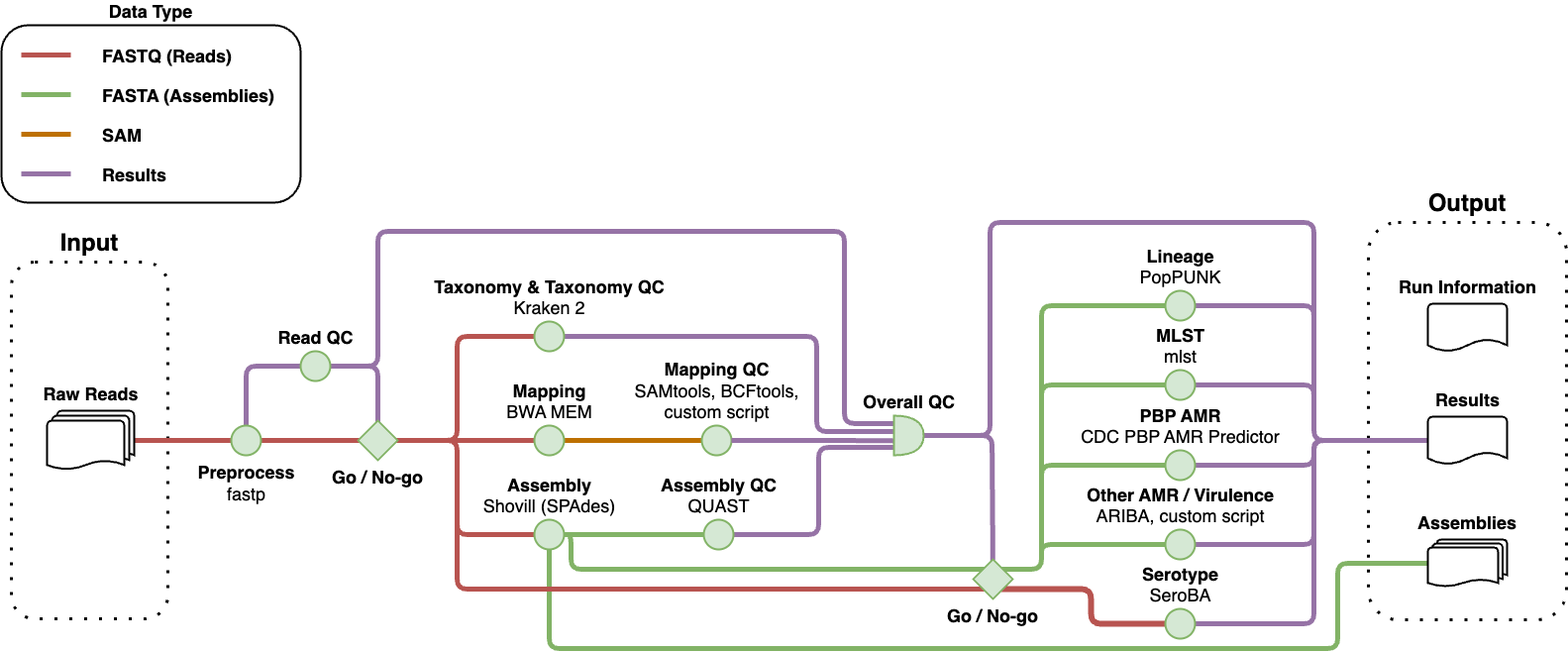
The draw.io diagram public/img/gps_pipeline_flowchart.drawio.png in sanger-bentley-group/gps-project-website-react, before a commit. Source tidied: cells renumbered, new cells last; positions are measured from the earlier drawing's top-left corner, leaving out a move shared by most shapes.
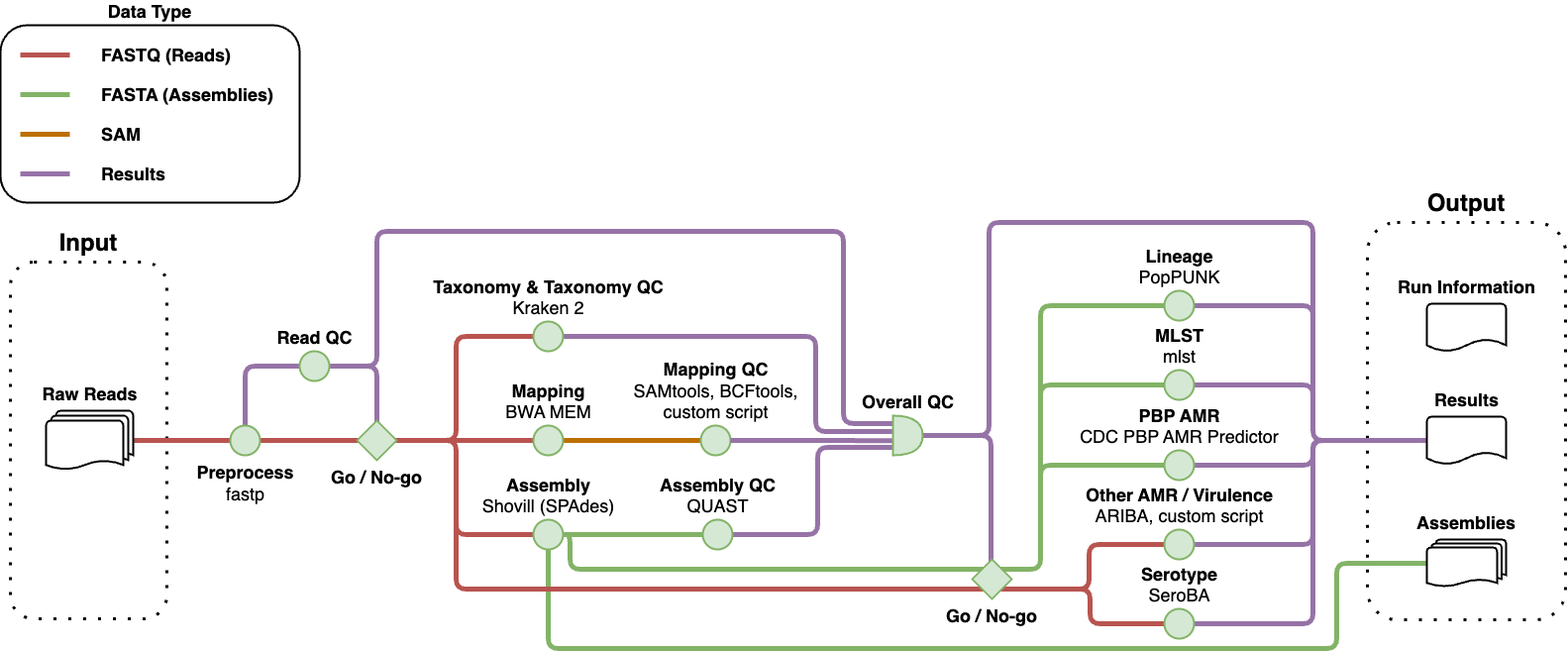
After the commit.

Commit message:
Fix GPS Pipeline Flowchart

The edit, as a diff of the source:
```diff
@@ -120,7 +120,7 @@
         </Array>
       </mxGeometry>
     </mxCell>
-    <mxCell id="24" style="edgeStyle=orthogonalEdgeStyle;html=1;entryX=0;entryY=0.5;entryDx=0;entryDy=0;endArrow=none;endFill=0;strokeWidth=6;exitX=0.7;exitY=0.75;exitDx=0;exitDy=0;exitPerimeter=0;fillColor=#f8cecc;strokeColor=#b85450;" parent="1" edge="1" source="51">
+    <mxCell id="24" style="edgeStyle=orthogonalEdgeStyle;html=1;entryX=0;entryY=0.5;entryDx=0;entryDy=0;endArrow=none;endFill=0;strokeWidth=5;exitX=0.7;exitY=0.75;exitDx=0;exitDy=0;exitPerimeter=0;fillColor=#f8cecc;strokeColor=#b85450;" parent="1" edge="1" source="51">
       <mxGeometry relative="1" as="geometry">
         <mxPoint x="1195" y="604" as="targetPoint" />
         <Array as="points">
@@ -189,12 +189,12 @@
     <mxCell id="35" value="&lt;b style=&quot;font-size: 18px;&quot;&gt;Preprocess&lt;/b&gt;&lt;br style=&quot;font-size: 18px;&quot;&gt;fastp" style="ellipse;html=1;strokeWidth=2;labelPosition=center;verticalLabelPosition=bottom;align=center;verticalAlign=top;fillColor=#d5e8d4;strokeColor=#82b366;rounded=1;fontSize=18;fontColor=default;" parent="1" vertex="1">
       <mxGeometry x="232" y="404" width="30" height="30" as="geometry" />
     </mxCell>
-    <mxCell id="36" style="edgeStyle=orthogonalEdgeStyle;html=1;entryX=0;entryY=0.5;entryDx=0;entryDy=0;exitX=0.5;exitY=0.248;exitDx=0;exitDy=0;exitPerimeter=0;strokeWidth=5;endArrow=none;endFill=0;fillColor=#d5e8d4;strokeColor=#82b366;" parent="1" edge="1" source="51">
+    <mxCell id="36" style="edgeStyle=orthogonalEdgeStyle;html=1;entryX=0;entryY=0.5;entryDx=0;entryDy=0;exitX=0.748;exitY=0.752;exitDx=0;exitDy=0;exitPerimeter=0;strokeWidth=5;endArrow=none;endFill=0;fillColor=#f8cecc;strokeColor=#b85450;" parent="1" edge="1" source="51">
       <mxGeometry relative="1" as="geometry">
         <mxPoint x="1185" y="524" as="targetPoint" />
         <Array as="points">
-          <mxPoint x="1050" y="549" />
-          <mxPoint x="1050" y="524" />
+          <mxPoint x="1099" y="569" />
+          <mxPoint x="1099" y="524" />
         </Array>
       </mxGeometry>
     </mxCell>
```
